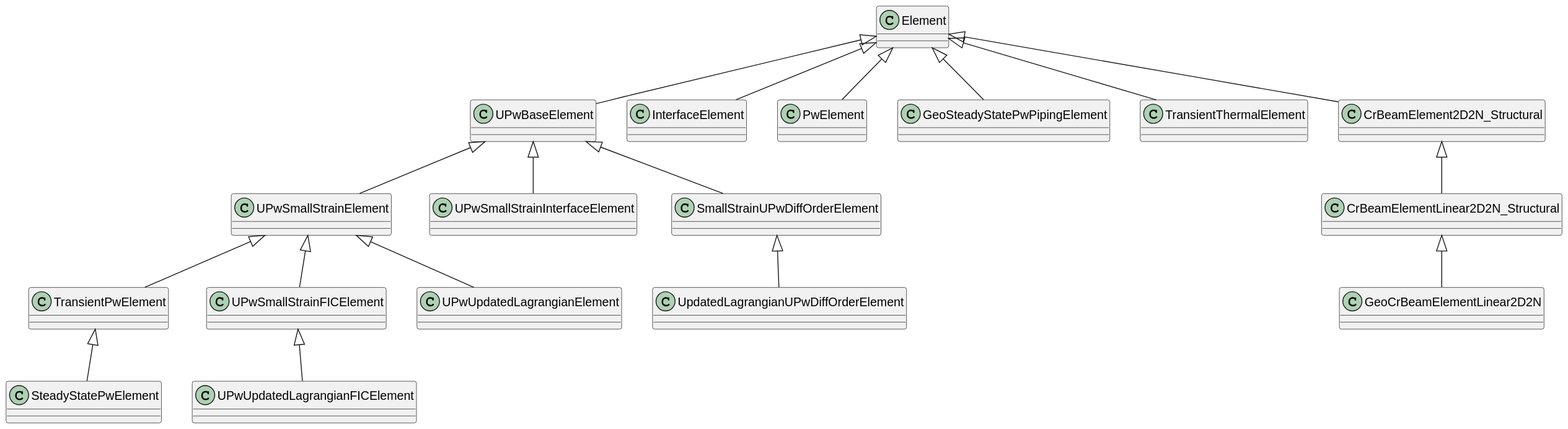
Earlier version of the PlantUML export applications/GeoMechanicsApplication/custom_elements/element_hierarchy.svg (KratosMultiphysics/Kratos).
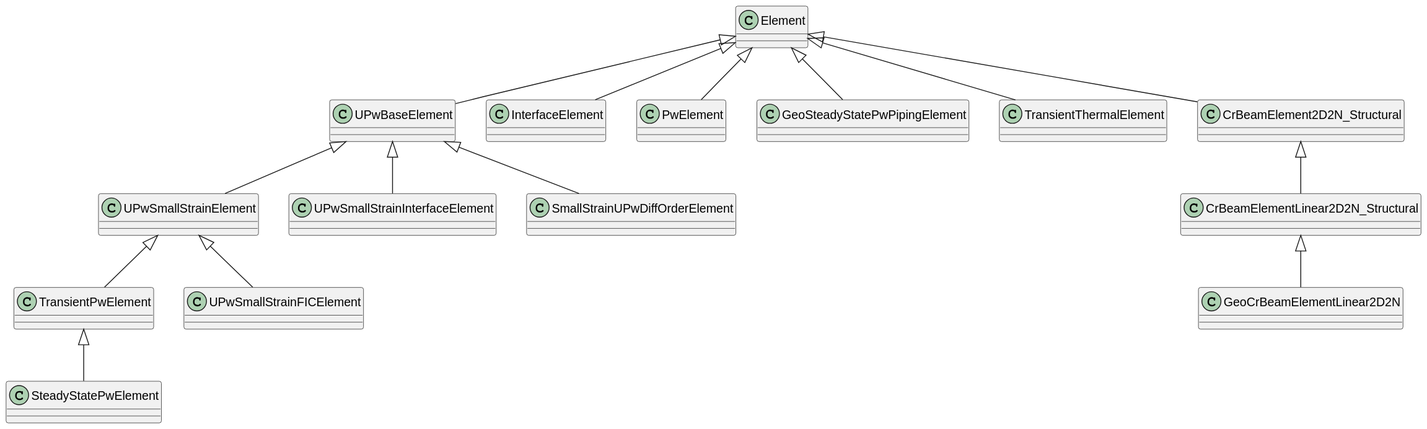
The same file after the commit.

Commit message:
Updated hierarchy diagram

What changed in the source:
```diff
@@ -8,8 +8,6 @@
 class TransientPwElement
 class SteadyStatePwElement
 class UPwSmallStrainFICElement
-class UPwUpdatedLagrangianFICElement
-class UPwUpdatedLagrangianElement
 
 class UPwSmallStrainInterfaceElement
 
@@ -19,14 +17,10 @@
 UPwSmallStrainElement <|-- TransientPwElement
 TransientPwElement <|-- SteadyStatePwElement
 UPwSmallStrainElement <|-- UPwSmallStrainFICElement
-UPwSmallStrainFICElement <|-- UPwUpdatedLagrangianFICElement
-UPwSmallStrainElement <|-- UPwUpdatedLagrangianElement
 
 class SmallStrainUPwDiffOrderElement
-class UpdatedLagrangianUPwDiffOrderElement
 
 UPwBaseElement <|-- SmallStrainUPwDiffOrderElement
-SmallStrainUPwDiffOrderElement <|-- UpdatedLagrangianUPwDiffOrderElement
 
 UPwBaseElement <|-- UPwSmallStrainInterfaceElement
 
```
